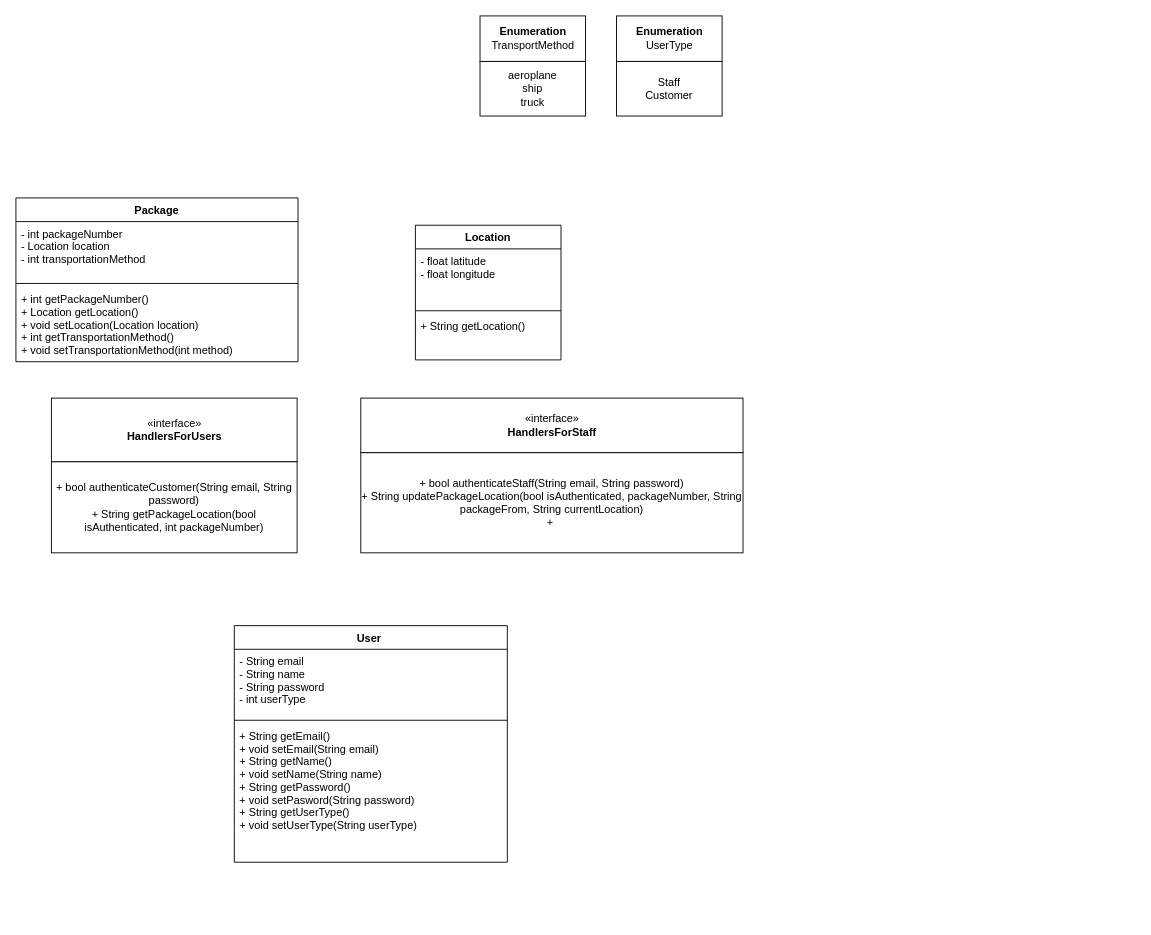
The draw.io diagram page "Chain of Responsibility" (1 of 3) of team42.drawio in abuwho/S22-Software-Systems-Analysis-and-Design, before the edit. Source tidied: cells renumbered, new cells numbered last; positions are measured from the earlier drawing's top-left corner, leaving out a move shared by most shapes. Both pictures are drawn from the tidied source at 91%, with x=0, y=0 at pixel (15, 15).
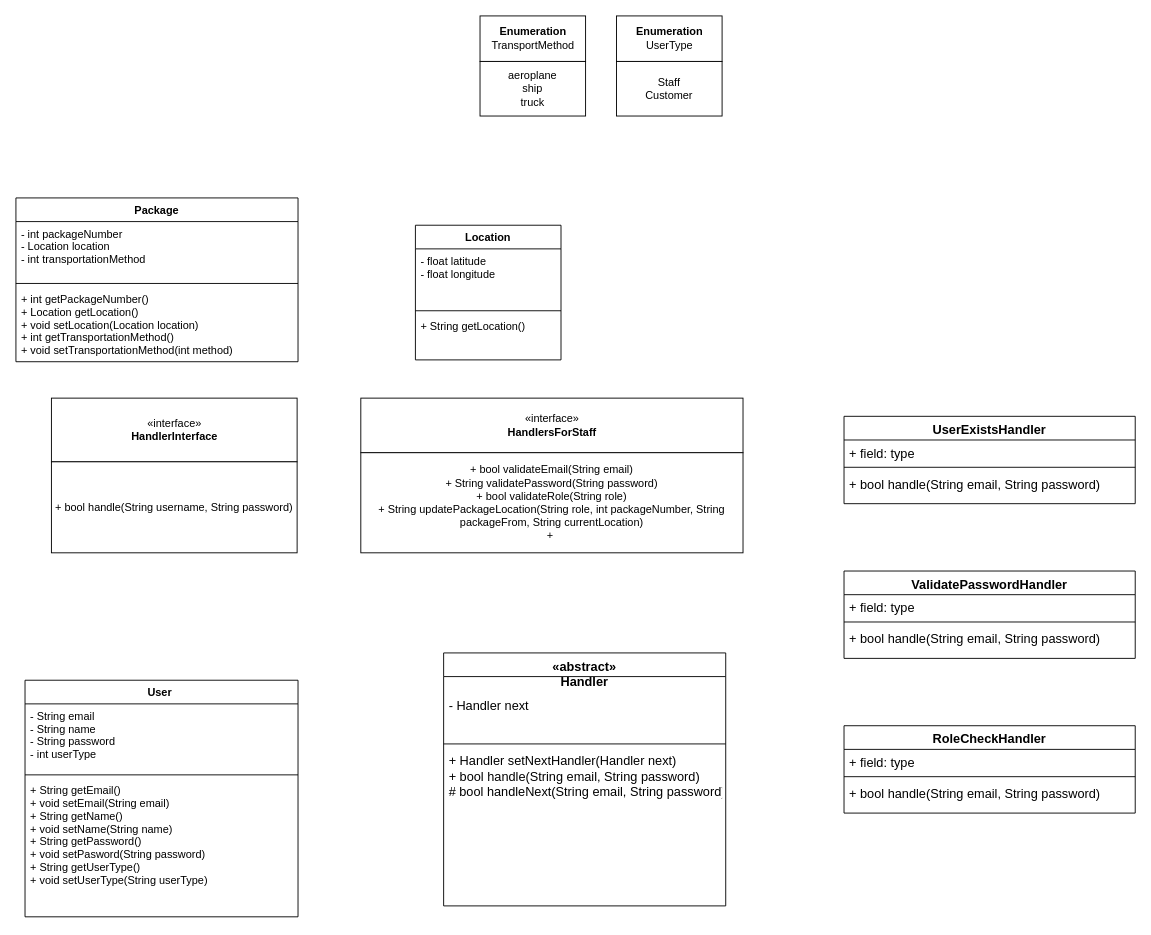
Above is the later version.

Unchanged cells that the change refers to:
```xml
<mxCell id="2" style="group;" parent="1" vertex="1">
  <mxGeometry x="50" y="230" width="260" height="170" as="geometry" />
</mxCell>
<mxCell id="9" style="group;" parent="1" vertex="1">
  <mxGeometry x="379" y="420" width="420" height="170" as="geometry" />
</mxCell>
```

What changed in the source:
```diff
@@
-    <mxCell id="3" value="«interface»&lt;br&gt;&lt;b&gt;HandlersForUsers&lt;/b&gt;" style="html=1;" parent="2" vertex="1">
+    <mxCell id="3" value="«interface»&lt;br&gt;&lt;b&gt;HandlerInterface&lt;/b&gt;" style="html=1;" parent="2" vertex="1">
       <mxGeometry x="-11" y="190" width="270" height="70" as="geometry" />
     </mxCell>
-    <mxCell id="4" value="+ bool authenticateCustomer(String email, String password)&lt;br&gt;+ String getPackageLocation(bool isAuthenticated, int packageNumber)" style="rounded=0;whiteSpace=wrap;html=1;" parent="2" vertex="1">
+    <mxCell id="4" value="+ bool handle(String username, String password)" style="rounded=0;whiteSpace=wrap;html=1;" parent="2" vertex="1">
       <mxGeometry x="-11" y="260" width="270" height="100" as="geometry" />
     </mxCell>
@@
-    <mxCell id="11" value="+ bool authenticateStaff(String email, String password)&lt;br&gt;+ String updatePackageLocation(bool isAuthenticated, packageNumber, String packageFrom, String currentLocation)&lt;br&gt;+&amp;nbsp;" style="rounded=0;whiteSpace=wrap;html=1;" parent="9" vertex="1">
+    <mxCell id="11" value="+ bool validateEmail(String email)&lt;br&gt;+ String validatePassword(String password)&lt;br&gt;+ bool validateRole(String role)&lt;br&gt;+ String updatePackageLocation(String role, int packageNumber, String packageFrom, String currentLocation)&lt;br&gt;+&amp;nbsp;" style="rounded=0;whiteSpace=wrap;html=1;" parent="9" vertex="1">
       <mxGeometry y="60" width="420" height="110" as="geometry" />
     </mxCell>
@@
     <mxCell id="16" value="User " style="swimlane;fontStyle=1;align=center;verticalAlign=top;horizontal=1;startSize=26;" parent="1" vertex="1">
-      <mxGeometry x="240" y="670" width="300" height="260" as="geometry" />
+      <mxGeometry x="10" y="730" width="300" height="260" as="geometry" />
     </mxCell>
@@
+    <mxCell id="26" value="«abstract»&#10;Handler" style="swimlane;fontStyle=1;align=center;verticalAlign=top;horizontal=1;startSize=26;fontSize=14;" parent="1" vertex="1">
+      <mxGeometry x="470" y="700" width="310" height="278" as="geometry" />
+    </mxCell>
+    <mxCell id="27" value="&#10;- Handler next" style="text;strokeColor=none;fillColor=none;align=left;verticalAlign=top;spacingLeft=4;spacingRight=4;overflow=hidden;fontSize=14;" parent="26" vertex="1">
+      <mxGeometry y="26" width="310" height="70" as="geometry" />
+    </mxCell>
+    <mxCell id="28" style="line;strokeWidth=1;fillColor=none;align=left;verticalAlign=middle;spacingTop=-1;spacingLeft=3;spacingRight=3;labelPosition=right;fontSize=14;" parent="26" vertex="1">
+      <mxGeometry y="96" width="310" height="8" as="geometry" />
+    </mxCell>
+    <mxCell id="29" value="+ Handler setNextHandler(Handler next)&#10;+ bool handle(String email, String password)&#10;# bool handleNext(String email, String password)" style="text;strokeColor=none;fillColor=none;align=left;verticalAlign=top;spacingLeft=4;spacingRight=4;overflow=hidden;fontSize=14;" parent="26" vertex="1">
+      <mxGeometry y="104" width="310" height="174" as="geometry" />
+    </mxCell>
+    <mxCell id="30" value="UserExistsHandler" style="swimlane;fontStyle=1;align=center;verticalAlign=top;horizontal=1;startSize=26;fontSize=14;" parent="1" vertex="1">
+      <mxGeometry x="910" y="440" width="320" height="96" as="geometry" />
+    </mxCell>
+    <mxCell id="31" value="+ field: type" style="text;strokeColor=none;fillColor=none;align=left;verticalAlign=top;spacingLeft=4;spacingRight=4;overflow=hidden;fontSize=14;" parent="30" vertex="1">
+      <mxGeometry y="26" width="320" height="26" as="geometry" />
+    </mxCell>
+    <mxCell id="32" style="line;strokeWidth=1;fillColor=none;align=left;verticalAlign=middle;spacingTop=-1;spacingLeft=3;spacingRight=3;labelPosition=right;fontSize=14;" parent="30" vertex="1">
+      <mxGeometry y="52" width="320" height="8" as="geometry" />
+    </mxCell>
+    <mxCell id="33" value="+ bool handle(String email, String password)" style="text;strokeColor=none;fillColor=none;align=left;verticalAlign=top;spacingLeft=4;spacingRight=4;overflow=hidden;fontSize=14;" parent="30" vertex="1">
+      <mxGeometry y="60" width="320" height="36" as="geometry" />
+    </mxCell>
+    <mxCell id="34" value="ValidatePasswordHandler" style="swimlane;fontStyle=1;align=center;verticalAlign=top;horizontal=1;startSize=26;fontSize=14;" parent="1" vertex="1">
+      <mxGeometry x="910" y="610" width="320" height="96" as="geometry" />
+    </mxCell>
+    <mxCell id="35" value="+ field: type" style="text;strokeColor=none;fillColor=none;align=left;verticalAlign=top;spacingLeft=4;spacingRight=4;overflow=hidden;fontSize=14;" parent="34" vertex="1">
+      <mxGeometry y="26" width="320" height="26" as="geometry" />
+    </mxCell>
+    <mxCell id="36" style="line;strokeWidth=1;fillColor=none;align=left;verticalAlign=middle;spacingTop=-1;spacingLeft=3;spacingRight=3;labelPosition=right;fontSize=14;" parent="34" vertex="1">
+      <mxGeometry y="52" width="320" height="8" as="geometry" />
+    </mxCell>
+    <mxCell id="37" value="+ bool handle(String email, String password)" style="text;strokeColor=none;fillColor=none;align=left;verticalAlign=top;spacingLeft=4;spacingRight=4;overflow=hidden;fontSize=14;" parent="34" vertex="1">
+      <mxGeometry y="60" width="320" height="36" as="geometry" />
+    </mxCell>
+    <mxCell id="38" value="RoleCheckHandler" style="swimlane;fontStyle=1;align=center;verticalAlign=top;horizontal=1;startSize=26;fontSize=14;" parent="1" vertex="1">
+      <mxGeometry x="910" y="780" width="320" height="96" as="geometry" />
+    </mxCell>
+    <mxCell id="39" value="+ field: type" style="text;strokeColor=none;fillColor=none;align=left;verticalAlign=top;spacingLeft=4;spacingRight=4;overflow=hidden;fontSize=14;" parent="38" vertex="1">
+      <mxGeometry y="26" width="320" height="26" as="geometry" />
+    </mxCell>
+    <mxCell id="40" style="line;strokeWidth=1;fillColor=none;align=left;verticalAlign=middle;spacingTop=-1;spacingLeft=3;spacingRight=3;labelPosition=right;fontSize=14;" parent="38" vertex="1">
+      <mxGeometry y="52" width="320" height="8" as="geometry" />
+    </mxCell>
+    <mxCell id="41" value="+ bool handle(String email, String password)" style="text;strokeColor=none;fillColor=none;align=left;verticalAlign=top;spacingLeft=4;spacingRight=4;overflow=hidden;fontSize=14;" parent="38" vertex="1">
+      <mxGeometry y="60" width="320" height="36" as="geometry" />
+    </mxCell>
```
